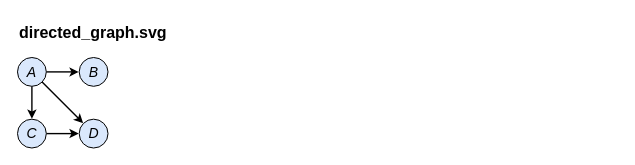
Earlier version of the draw.io diagram assets/statistics-for-ml/statistics-for-ml.drawio (brunomaga/brunomaga.github.io). Source tidied: cells renumbered, new cells numbered last; positions are measured from the earlier drawing's top-left corner, leaving out a move shared by most shapes. Both pictures are drawn from the tidied source at 100%, with x=0, y=0 at pixel (17, 17).
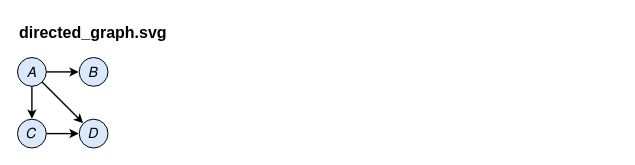
After the change.

Change to the diagram source:
```diff
@@
 <mxGraphModel>
   <root>
     <mxCell id="0" />
     <mxCell id="1" parent="0" />
     <mxCell id="2" value="directed_graph.svg" style="text;html=1;align=left;verticalAlign=middle;fontStyle=1;fontSize=16;fontFamily=Source Sans 3;" parent="1" vertex="1">
       <mxGeometry width="600" height="30" as="geometry" />
     </mxCell>
     <mxCell id="3" style="group;fontFamily=Source Sans 3;" parent="1" vertex="1">
       <mxGeometry y="40" width="90.5" height="90.5" as="geometry" />
     </mxCell>
     <mxCell id="4" style="endArrow=classic;startArrow=none;html=1;rounded=0;strokeColor=#000000;strokeWidth=1.4;fontFamily=Source Sans 3;endFill=1;endSize=5;" parent="3" edge="1">
       <mxGeometry relative="1" as="geometry">
         <mxPoint x="28.8" y="14.4" as="sourcePoint" />
         <mxPoint x="61.2" y="14.4" as="targetPoint" />
       </mxGeometry>
     </mxCell>
     <mxCell id="5" style="endArrow=classic;startArrow=none;html=1;rounded=0;strokeColor=#000000;strokeWidth=1.4;fontFamily=Source Sans 3;endFill=1;endSize=5;" parent="3" edge="1">
       <mxGeometry relative="1" as="geometry">
         <mxPoint x="14.4" y="28.8" as="sourcePoint" />
         <mxPoint x="14.4" y="61.2" as="targetPoint" />
       </mxGeometry>
     </mxCell>
     <mxCell id="6" style="endArrow=classic;startArrow=none;html=1;rounded=0;strokeColor=#000000;strokeWidth=1.4;fontFamily=Source Sans 3;endFill=1;endSize=5;" parent="3" edge="1">
       <mxGeometry relative="1" as="geometry">
         <mxPoint x="28.8" y="76.1" as="sourcePoint" />
         <mxPoint x="61.2" y="76.1" as="targetPoint" />
       </mxGeometry>
     </mxCell>
     <mxCell id="7" style="endArrow=classic;startArrow=none;html=1;rounded=0;strokeColor=#000000;strokeWidth=1.4;fontFamily=Source Sans 3;endFill=1;endSize=5;" parent="3" edge="1">
       <mxGeometry relative="1" as="geometry">
         <mxPoint x="24.6" y="24.6" as="sourcePoint" />
         <mxPoint x="65.6" y="65.6" as="targetPoint" />
       </mxGeometry>
     </mxCell>
     <mxCell id="8" style="ellipse;whiteSpace=wrap;html=1;fillColor=#dae8fc;strokeColor=#000000;strokeWidth=1.0;fontFamily=Source Sans 3;" parent="3" vertex="1">
       <mxGeometry width="28.8" height="28.8" as="geometry" />
     </mxCell>
     <mxCell id="9" style="ellipse;whiteSpace=wrap;html=1;fillColor=#dae8fc;strokeColor=#000000;strokeWidth=1.0;fontFamily=Source Sans 3;" parent="3" vertex="1">
       <mxGeometry x="61.7" width="28.8" height="28.8" as="geometry" />
     </mxCell>
     <mxCell id="10" style="ellipse;whiteSpace=wrap;html=1;fillColor=#dae8fc;strokeColor=#000000;strokeWidth=1.0;fontFamily=Source Sans 3;" parent="3" vertex="1">
       <mxGeometry y="61.7" width="28.8" height="28.8" as="geometry" />
     </mxCell>
     <mxCell id="11" style="ellipse;whiteSpace=wrap;html=1;fillColor=#dae8fc;strokeColor=#000000;strokeWidth=1.0;fontFamily=Source Sans 3;" parent="3" vertex="1">
       <mxGeometry x="61.7" y="61.7" width="28.8" height="28.8" as="geometry" />
     </mxCell>
-    <mxCell id="12" value="&lt;i&gt;A&lt;/i&gt;" style="text;html=1;whiteSpace=nowrap;align=center;verticalAlign=middle;fontSize=14;spacing=0;fontStyle=0;fontFamily=NewComputerModernSansMath;fontColor=#000000;" parent="3" vertex="1">
+    <mxCell id="12" value="𝐴" style="text;html=1;whiteSpace=nowrap;align=center;verticalAlign=middle;fontSize=14;spacing=0;fontStyle=0;fontFamily=NewComputerModernSansMath;fontColor=#000000;" parent="3" vertex="1">
       <mxGeometry x="8.9" y="6.1" width="11.1" height="16.8" as="geometry" />
     </mxCell>
-    <mxCell id="13" value="&lt;i&gt;B&lt;/i&gt;" style="text;html=1;whiteSpace=nowrap;align=center;verticalAlign=middle;fontSize=14;spacing=0;fontStyle=0;fontFamily=NewComputerModernSansMath;fontColor=#000000;" parent="3" vertex="1">
+    <mxCell id="13" value="𝐵" style="text;html=1;whiteSpace=nowrap;align=center;verticalAlign=middle;fontSize=14;spacing=0;fontStyle=0;fontFamily=NewComputerModernSansMath;fontColor=#000000;" parent="3" vertex="1">
       <mxGeometry x="71" y="6.1" width="10.3" height="16.8" as="geometry" />
     </mxCell>
-    <mxCell id="14" value="&lt;i&gt;C&lt;/i&gt;" style="text;html=1;whiteSpace=nowrap;align=center;verticalAlign=middle;fontSize=14;spacing=0;fontStyle=0;fontFamily=NewComputerModernSansMath;fontColor=#000000;" parent="3" vertex="1">
+    <mxCell id="14" value="𝐶" style="text;html=1;whiteSpace=nowrap;align=center;verticalAlign=middle;fontSize=14;spacing=0;fontStyle=0;fontFamily=NewComputerModernSansMath;fontColor=#000000;" parent="3" vertex="1">
       <mxGeometry x="9.3" y="67.8" width="10.3" height="16.8" as="geometry" />
     </mxCell>
-    <mxCell id="15" value="&lt;i&gt;D&lt;/i&gt;" style="text;html=1;whiteSpace=nowrap;align=center;verticalAlign=middle;fontSize=14;spacing=0;fontStyle=0;fontFamily=NewComputerModernSansMath;fontColor=#000000;" parent="3" vertex="1">
+    <mxCell id="15" value="𝐷" style="text;html=1;whiteSpace=nowrap;align=center;verticalAlign=middle;fontSize=14;spacing=0;fontStyle=0;fontFamily=NewComputerModernSansMath;fontColor=#000000;" parent="3" vertex="1">
       <mxGeometry x="70.6" y="67.8" width="11.1" height="16.8" as="geometry" />
     </mxCell>
   </root>
 </mxGraphModel>
```
